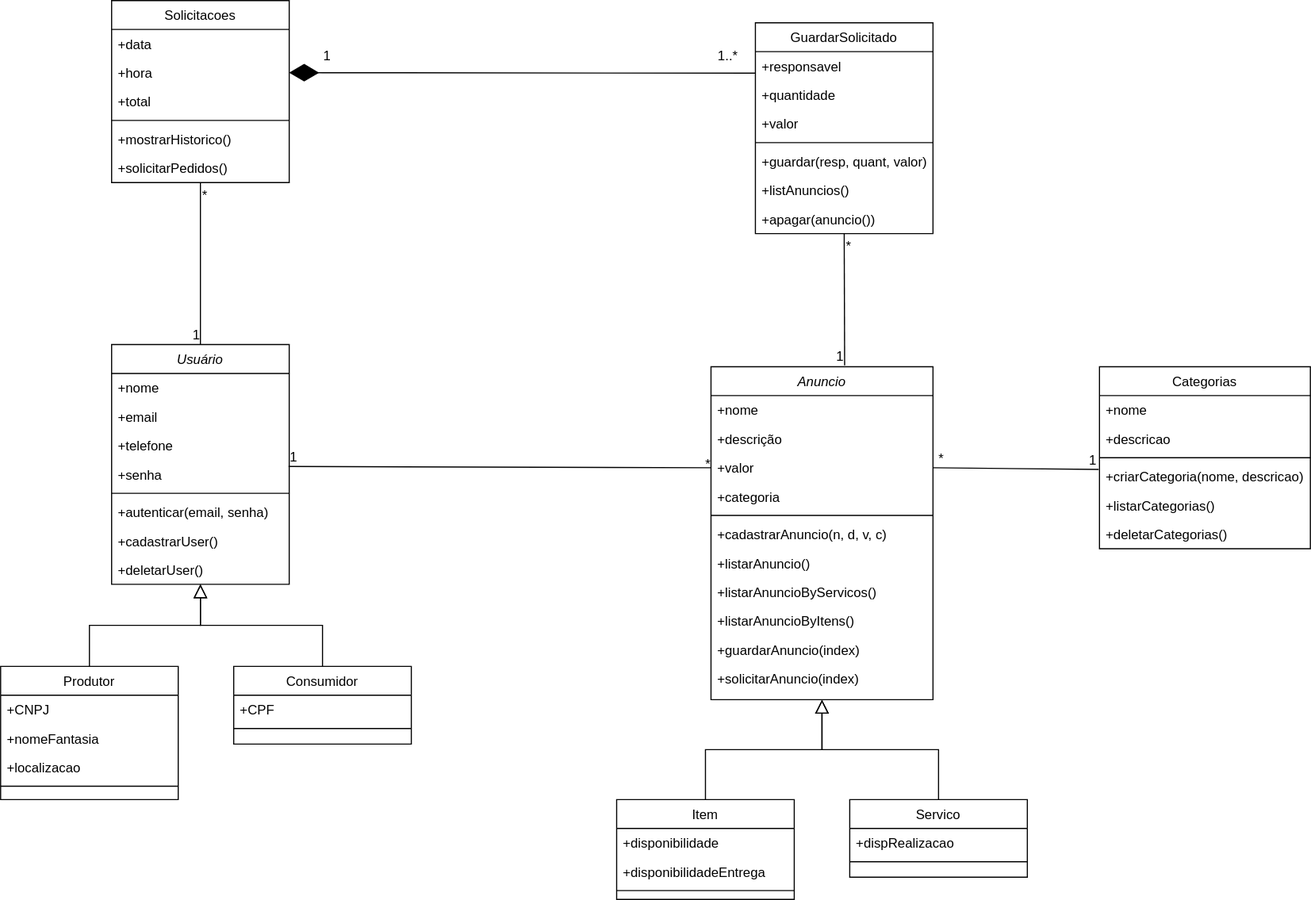
yanturck/carshopservices keeps this draw.io diagram as diagramas/Classes.drawio.svg. Above is the earlier version. Source tidied: cells renumbered, new cells last; positions are measured from the earlier drawing's top-left corner, leaving out a move shared by most shapes.
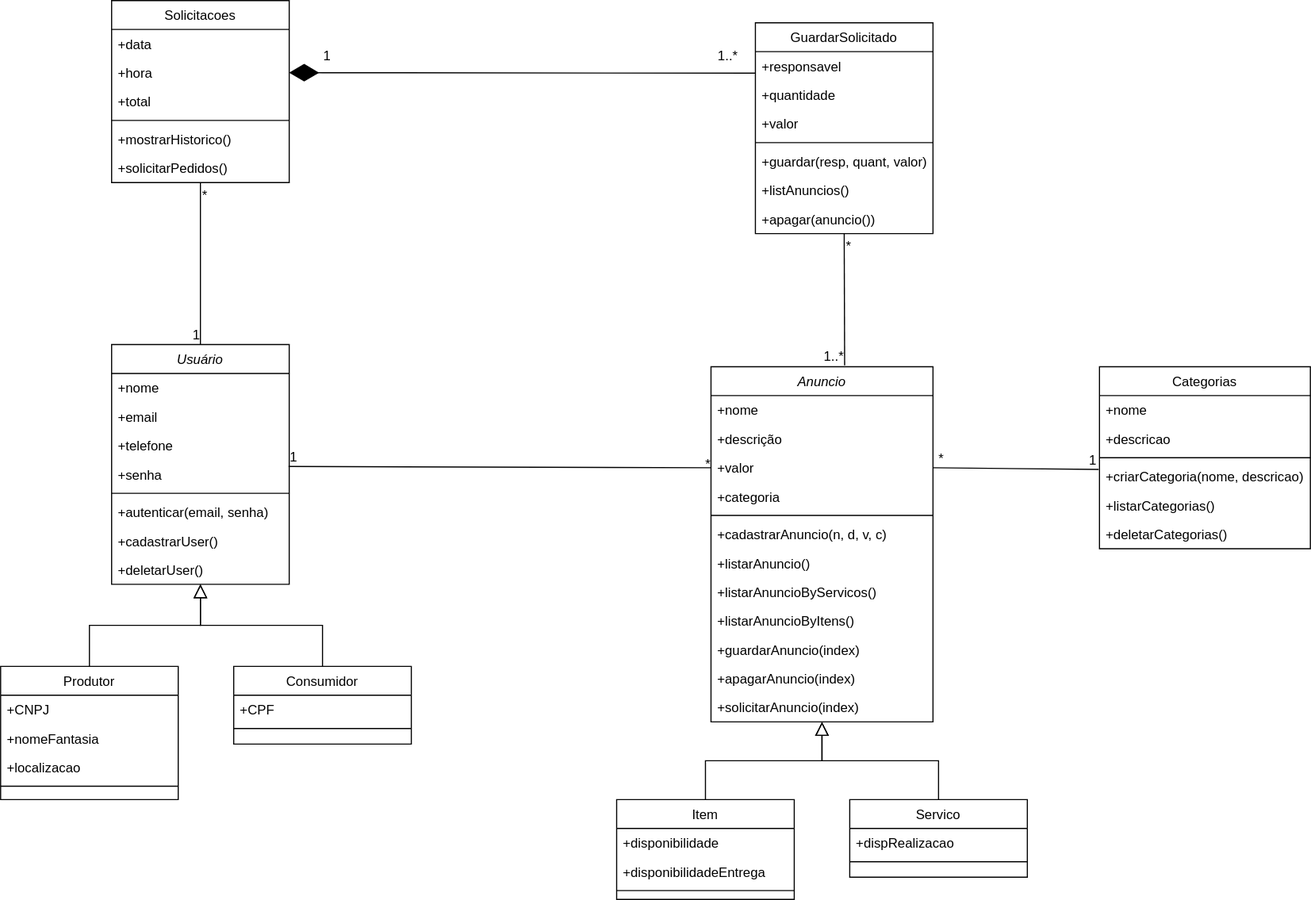
After the change.

The edit, as a diff of the source:
```diff
@@ -60,7 +60,7 @@
       <mxGeometry relative="1" as="geometry" />
     </mxCell>
     <mxCell id="21" value="Anuncio" style="swimlane;fontStyle=2;align=center;verticalAlign=top;horizontal=1;startSize=26;rounded=0;shadow=0;strokeWidth=1;" parent="1" vertex="1">
-      <mxGeometry x="640" y="330" width="200" height="300" as="geometry" />
+      <mxGeometry x="640" y="330" width="200" height="320" as="geometry" />
     </mxCell>
     <mxCell id="22" value="+nome" style="text;align=left;verticalAlign=top;spacingLeft=4;spacingRight=4;overflow=hidden;" parent="21" vertex="1">
       <mxGeometry y="26" width="200" height="26" as="geometry" />
@@ -92,8 +92,11 @@
     <mxCell id="31" value="+guardarAnuncio(index)" style="text;align=left;verticalAlign=top;spacingLeft=4;spacingRight=4;overflow=hidden;rounded=0;shadow=0;html=0;" parent="21" vertex="1">
       <mxGeometry y="242" width="200" height="26" as="geometry" />
     </mxCell>
+    <mxCell id="79" value="+apagarAnuncio(index)" style="text;align=left;verticalAlign=top;spacingLeft=4;spacingRight=4;overflow=hidden;rounded=0;shadow=0;html=0;" parent="21" vertex="1">
+      <mxGeometry y="268" width="200" height="26" as="geometry" />
+    </mxCell>
     <mxCell id="32" value="+solicitarAnuncio(index)" style="text;align=left;verticalAlign=top;spacingLeft=4;spacingRight=4;overflow=hidden;rounded=0;shadow=0;html=0;" parent="21" vertex="1">
-      <mxGeometry y="268" width="200" height="26" as="geometry" />
+      <mxGeometry y="294" width="200" height="26" as="geometry" />
     </mxCell>
     <mxCell id="33" value="Item" style="swimlane;fontStyle=0;align=center;verticalAlign=top;horizontal=1;startSize=26;rounded=0;shadow=0;strokeWidth=1;" parent="1" vertex="1">
       <mxGeometry x="555" y="720" width="160" height="90" as="geometry" />
@@ -175,7 +178,7 @@
         <mxPoint y="20" as="offset" />
       </mxGeometry>
     </mxCell>
-    <mxCell id="59" value="1" style="html=1;align=right;verticalAlign=bottom;" parent="57" vertex="1">
+    <mxCell id="59" value="1..*" style="html=1;align=right;verticalAlign=bottom;" parent="57" vertex="1">
       <mxGeometry x="1" relative="1" as="geometry" />
     </mxCell>
     <mxCell id="60" style="endArrow=diamondThin;endFill=1;endSize=24;html=1;entryX=1;entryY=0.5;entryDx=0;entryDy=0;exitX=-0.002;exitY=0.748;exitDx=0;exitDy=0;exitPerimeter=0;" parent="1" edge="1" source="43" target="52">
```
